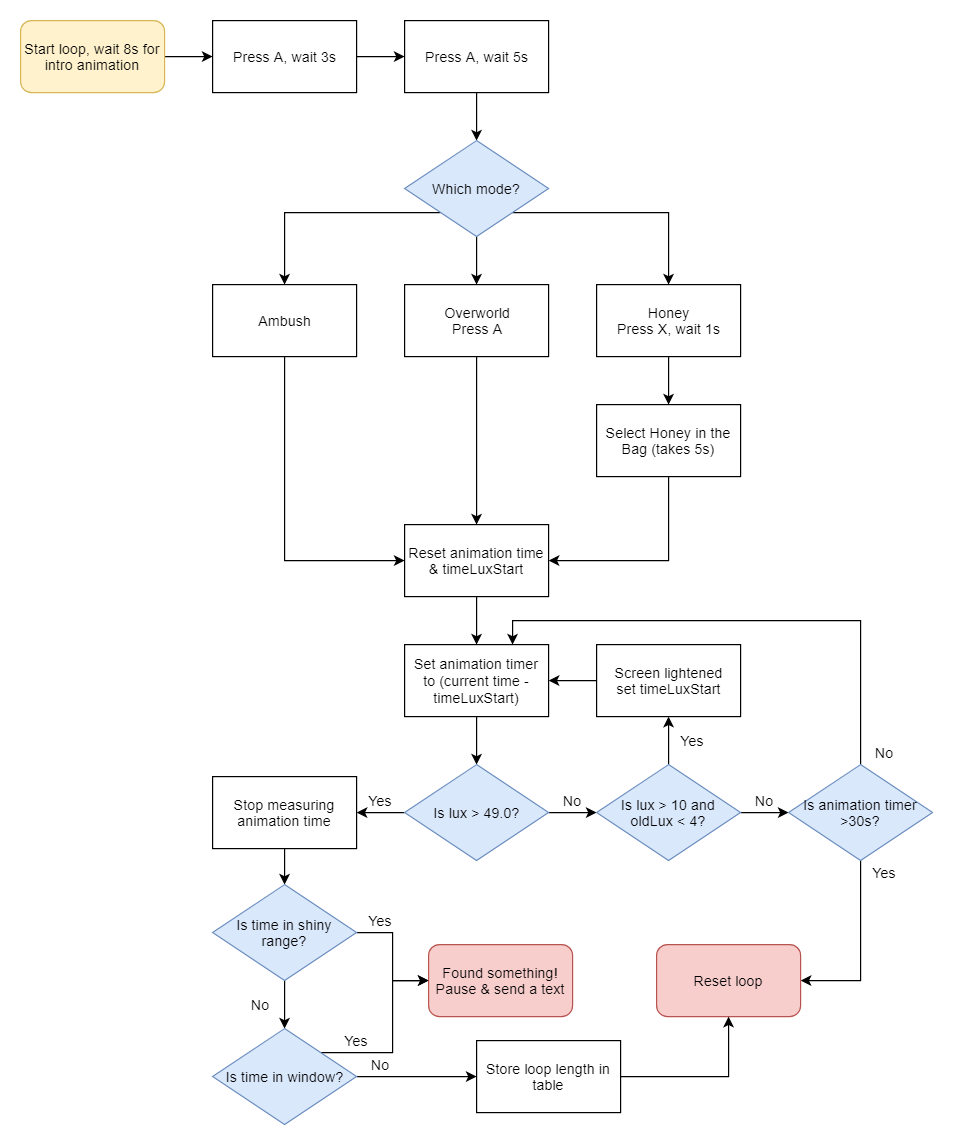
hypothete/shiny-machine keeps this draw.io diagram as images/flowchart.png. Above is the earlier version. Source tidied: cells renumbered, new cells last; positions are measured from the earlier drawing's top-left corner, leaving out a move shared by most shapes.
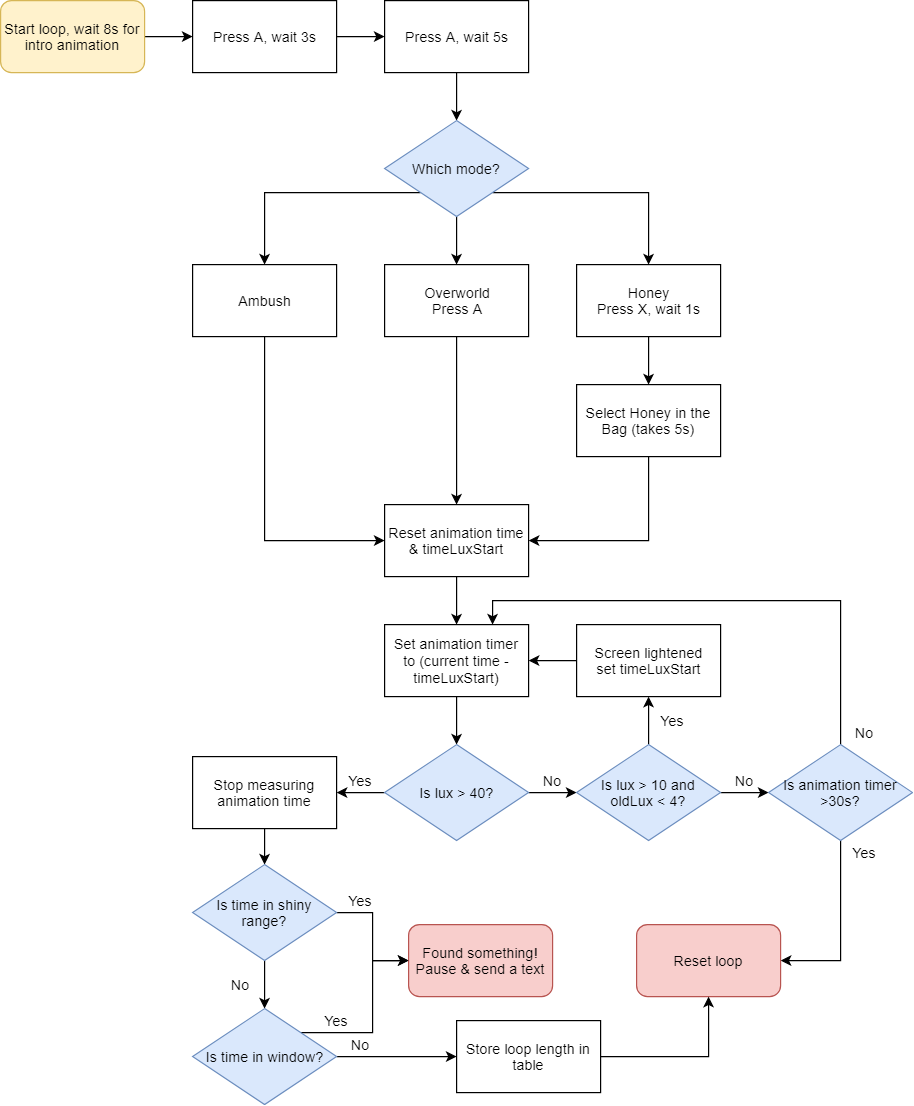
The same file after the commit.

Commit message:
updated flowchart with new lux threshold

Change to the diagram source:
```diff
@@ -74,7 +74,7 @@
     <mxCell id="25" style="edgeStyle=orthogonalEdgeStyle;rounded=0;jettySize=auto;html=1;exitX=1;exitY=0.5;exitDx=0;exitDy=0;entryX=0;entryY=0.5;entryDx=0;entryDy=0;" parent="1" edge="1" source="26" target="32">
       <mxGeometry relative="1" as="geometry" />
     </mxCell>
-    <mxCell id="26" value="Is lux &amp;gt; 49.0?" style="rhombus;whiteSpace=wrap;html=1;fillColor=#dae8fc;strokeColor=#6c8ebf;" parent="1" vertex="1">
+    <mxCell id="26" value="Is lux &amp;gt; 40?" style="rhombus;whiteSpace=wrap;html=1;fillColor=#dae8fc;strokeColor=#6c8ebf;" parent="1" vertex="1">
       <mxGeometry x="320" y="620" width="120" height="80" as="geometry" />
     </mxCell>
     <mxCell id="27" style="edgeStyle=orthogonalEdgeStyle;rounded=0;jettySize=auto;html=1;exitX=0.5;exitY=1;exitDx=0;exitDy=0;entryX=0.5;entryY=0;entryDx=0;entryDy=0;" parent="1" edge="1" source="28" target="46">
```
